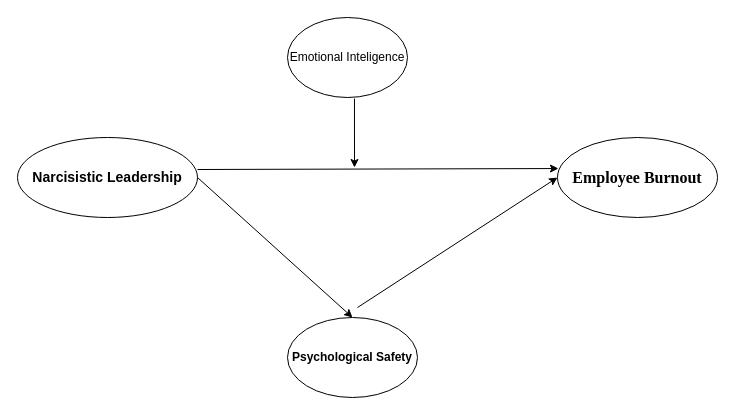
Before: Nouf Friend.drawio in Emerson9icedude4u2c/Research, a draw.io diagram. Source tidied: cells renumbered, new cells numbered last; positions are measured from the earlier drawing's top-left corner, leaving out a move shared by most shapes. Both pictures are drawn from the tidied source at 100%, with x=0, y=0 at pixel (17, 17).
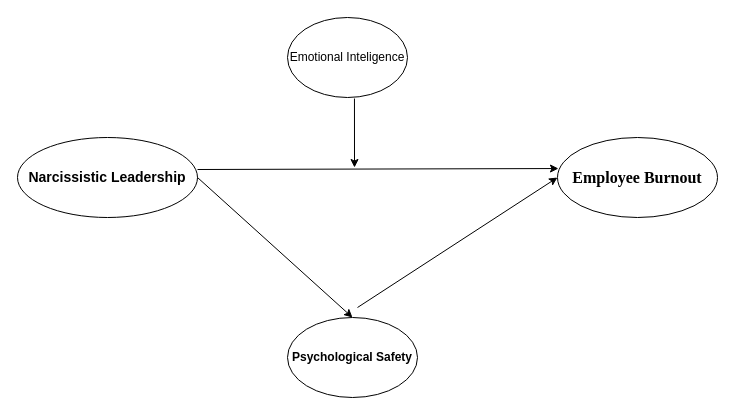
After the change.

What changed in the source:
```diff
@@
 <mxGraphModel>
   <root>
     <mxCell id="0" />
     <mxCell id="1" parent="0" />
-    <mxCell id="2" value="&lt;b&gt;&lt;font style=&quot;font-size: 14px;&quot;&gt;Narcisistic Leadership&lt;/font&gt;&lt;/b&gt;" style="ellipse;whiteSpace=wrap;html=1;" parent="1" vertex="1">
+    <mxCell id="2" value="&lt;b&gt;&lt;font style=&quot;font-size: 14px;&quot;&gt;Narcissistic Leadership&lt;/font&gt;&lt;/b&gt;" style="ellipse;whiteSpace=wrap;html=1;" parent="1" vertex="1">
       <mxGeometry y="120" width="180" height="80" as="geometry" />
     </mxCell>
     <mxCell id="3" value="&lt;b style=&quot;font-size: medium; text-align: start;&quot;&gt;&lt;span style=&quot;font-size: 12pt; line-height: 32px; font-family: &amp;quot;Times New Roman&amp;quot;, serif;&quot; lang=&quot;EN-US&quot;&gt;Employee Burnout&lt;/span&gt;&lt;/b&gt;" style="ellipse;whiteSpace=wrap;html=1;" parent="1" vertex="1">
       <mxGeometry x="540" y="120" width="160" height="80" as="geometry" />
     </mxCell>
     <mxCell id="4" value="&lt;b&gt;Psychological Safety&lt;/b&gt;" style="ellipse;whiteSpace=wrap;html=1;" parent="1" vertex="1">
       <mxGeometry x="270" y="300" width="130" height="80" as="geometry" />
     </mxCell>
     <mxCell id="5" style="endArrow=classic;html=1;rounded=0;entryX=0.5;entryY=0;entryDx=0;entryDy=0;exitX=1;exitY=0.5;exitDx=0;exitDy=0;" parent="1" edge="1" source="2" target="4">
       <mxGeometry relative="1" as="geometry" />
     </mxCell>
     <mxCell id="6" style="endArrow=classic;html=1;rounded=0;entryX=0;entryY=0.5;entryDx=0;entryDy=0;" parent="1" edge="1" target="3">
       <mxGeometry relative="1" as="geometry">
         <mxPoint x="340" y="290" as="sourcePoint" />
       </mxGeometry>
     </mxCell>
     <mxCell id="7" style="endArrow=classic;html=1;rounded=0;exitX=1;exitY=0.4;exitDx=0;exitDy=0;exitPerimeter=0;entryX=0.006;entryY=0.388;entryDx=0;entryDy=0;entryPerimeter=0;" parent="1" edge="1" source="2" target="3">
       <mxGeometry relative="1" as="geometry" />
     </mxCell>
     <mxCell id="8" value="Emotional Inteligence" style="ellipse;whiteSpace=wrap;html=1;" parent="1" vertex="1">
       <mxGeometry x="270" width="120" height="80" as="geometry" />
     </mxCell>
     <mxCell id="9" style="endArrow=classic;html=1;rounded=0;exitX=0.558;exitY=1.013;exitDx=0;exitDy=0;exitPerimeter=0;" parent="1" edge="1" source="8">
       <mxGeometry relative="1" as="geometry">
         <mxPoint x="337" y="150" as="targetPoint" />
       </mxGeometry>
     </mxCell>
   </root>
 </mxGraphModel>
```
